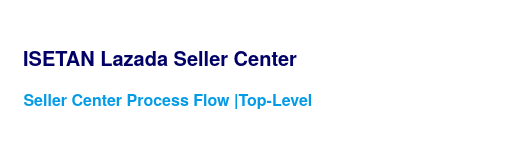
Before: StockTake_Process_Flow.drawio in kasungl/Isetan_Help, a draw.io diagram. Source tidied: cells renumbered, new cells numbered last; positions are measured from the earlier drawing's top-left corner, leaving out a move shared by most shapes. Both pictures are drawn from the tidied source at 100%, with x=0, y=0 at pixel (17, 37).
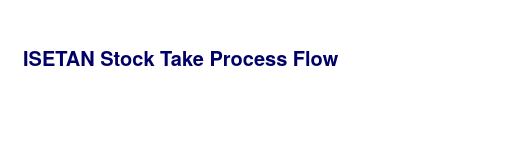
After the change.

What changed in the source:
```diff
@@
 <mxGraphModel>
   <root>
     <mxCell id="0" />
     <mxCell id="1" parent="0" />
-    <mxCell id="2" value="&lt;h2 style=&quot;box-sizing: border-box; margin-top: 1.75rem; margin-bottom: 0.5rem; line-height: 1.2; font-size: 16px; color: rgb(3, 155, 229); padding-bottom: 1rem; font-family: &amp;quot;Source Sans Pro&amp;quot;, HelveticaNeue-Light, &amp;quot;Helvetica Neue Light&amp;quot;, &amp;quot;Helvetica Neue&amp;quot;, Helvetica, Arial, &amp;quot;Lucida Grande&amp;quot;, sans-serif; background-color: rgb(255, 255, 255);&quot;&gt;&lt;span id=&quot;Top-Level_eCommerce_Process_Flow&quot; style=&quot;box-sizing: border-box; font-size: 16px;&quot;&gt;&amp;nbsp;Seller Center Process Flow |&lt;/span&gt;&lt;span style=&quot;font-size: 16px;&quot;&gt;Top-Level&lt;/span&gt;&lt;/h2&gt;" style="text;html=1;align=left;verticalAlign=middle;whiteSpace=wrap;rounded=0;fontSize=16;fontStyle=1;" parent="1" vertex="1">
-      <mxGeometry y="45" width="478" height="30" as="geometry" />
-    </mxCell>
-    <mxCell id="3" value="&lt;h2 style=&quot;box-sizing: border-box; margin-top: 1.75rem; margin-bottom: 0.5rem; line-height: 1.2; font-size: 20px; padding-bottom: 1rem; font-family: &amp;quot;Source Sans Pro&amp;quot;, HelveticaNeue-Light, &amp;quot;Helvetica Neue Light&amp;quot;, &amp;quot;Helvetica Neue&amp;quot;, Helvetica, Arial, &amp;quot;Lucida Grande&amp;quot;, sans-serif; background-color: rgb(255, 255, 255);&quot;&gt;ISETAN Lazada Seller Center&lt;/h2&gt;" style="text;html=1;align=left;verticalAlign=middle;whiteSpace=wrap;rounded=0;fontSize=20;fontStyle=1;fontColor=#000066;" parent="1" vertex="1">
+    <mxCell id="3" value="&lt;h2 style=&quot;box-sizing: border-box; margin-top: 1.75rem; margin-bottom: 0.5rem; line-height: 1.2; font-size: 20px; padding-bottom: 1rem; font-family: &amp;quot;Source Sans Pro&amp;quot;, HelveticaNeue-Light, &amp;quot;Helvetica Neue Light&amp;quot;, &amp;quot;Helvetica Neue&amp;quot;, Helvetica, Arial, &amp;quot;Lucida Grande&amp;quot;, sans-serif; background-color: rgb(255, 255, 255);&quot;&gt;ISETAN Stock Take Process Flow&lt;/h2&gt;" style="text;html=1;align=left;verticalAlign=middle;whiteSpace=wrap;rounded=0;fontSize=20;fontStyle=1;fontColor=#000066;" parent="1" vertex="1">
       <mxGeometry x="4" width="478" height="36" as="geometry" />
     </mxCell>
   </root>
 </mxGraphModel>
```
